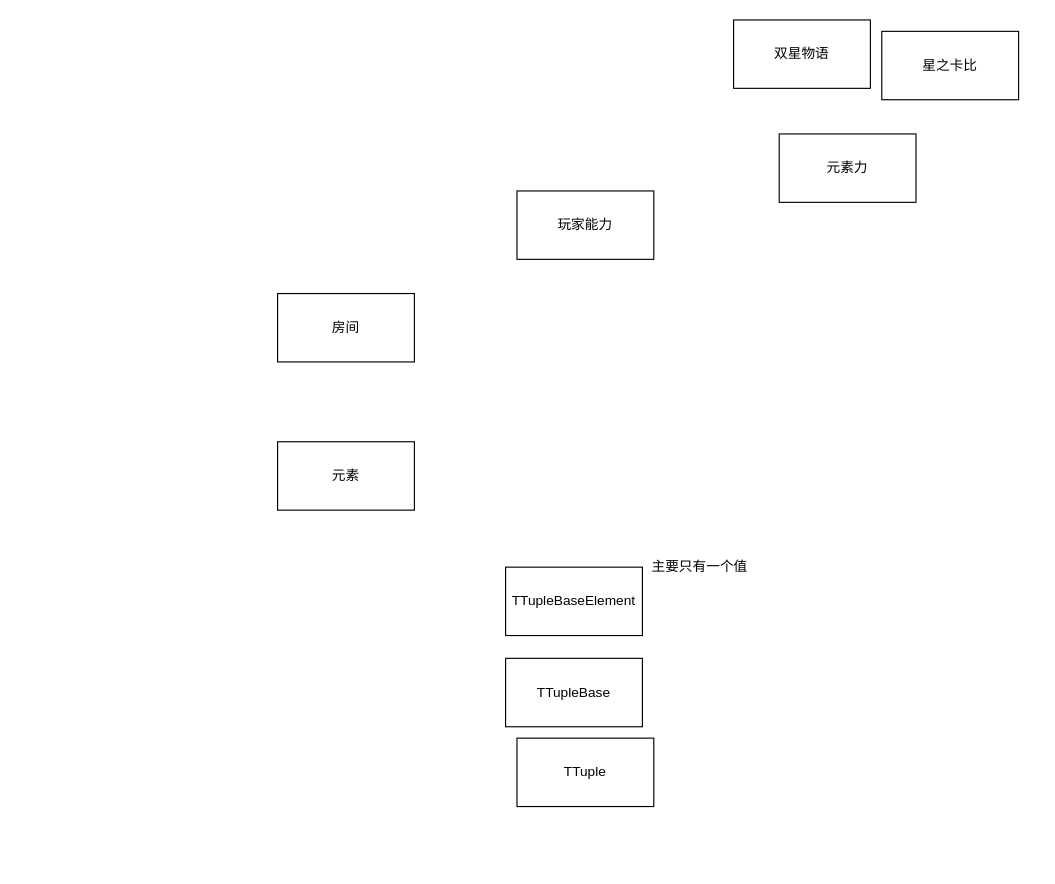
This is page "第 1 页" (1 of 6) of D.drawio from 1995zmj/ZMJ, a draw.io file, before an edit. Source tidied: cells renumbered, new cells numbered last; positions are measured from the earlier drawing's top-left corner, leaving out a move shared by most shapes. Both pictures are drawn from the tidied source at 114%, with x=0, y=0 at pixel (277, 19).
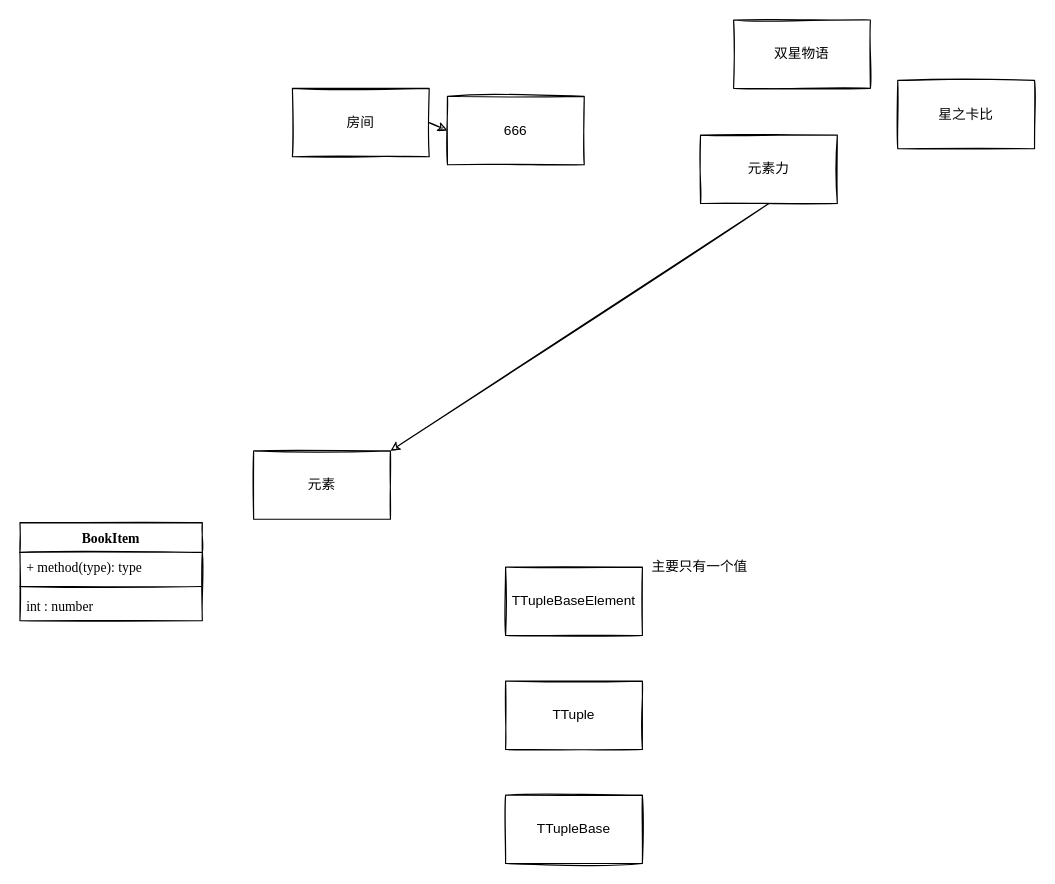
The same page after the edit.

Diff of the diagram source:
```diff
@@
 <mxGraphModel>
   <root>
     <mxCell id="0" />
     <mxCell id="1" parent="0" />
-    <mxCell id="2" value="玩家能力" style="whiteSpace=wrap;html=1;" parent="1" vertex="1">
-      <mxGeometry x="210" y="150" width="120" height="60" as="geometry" />
+    <mxCell id="2" value="666" style="whiteSpace=wrap;html=1;rounded=0;sketch=1;" parent="1" vertex="1">
+      <mxGeometry x="149" y="67" width="120" height="60" as="geometry" />
     </mxCell>
+    <mxCell id="12" style="edgeStyle=none;html=1;exitX=1;exitY=0.5;exitDx=0;exitDy=0;entryX=0;entryY=0.5;entryDx=0;entryDy=0;rounded=0;endSize=6;startSize=6;jumpSize=10;jumpStyle=none;sketch=1;" parent="1" edge="1" source="3" target="2">
+      <mxGeometry relative="1" as="geometry" />
+    </mxCell>
-    <mxCell id="3" value="房间" style="whiteSpace=wrap;html=1;" parent="1" vertex="1">
-      <mxGeometry y="240" width="120" height="60" as="geometry" />
+    <mxCell id="3" value="房间" style="whiteSpace=wrap;html=1;rounded=0;sketch=1;" parent="1" vertex="1">
+      <mxGeometry x="13" y="60" width="120" height="60" as="geometry" />
     </mxCell>
-    <mxCell id="4" value="元素" style="whiteSpace=wrap;html=1;" parent="1" vertex="1">
-      <mxGeometry y="370" width="120" height="60" as="geometry" />
+    <mxCell id="4" value="元素" style="whiteSpace=wrap;html=1;rounded=0;sketch=1;" parent="1" vertex="1">
+      <mxGeometry x="-21" y="378" width="120" height="60" as="geometry" />
     </mxCell>
+    <mxCell id="13" style="edgeStyle=none;jumpSize=10;html=1;exitX=0.5;exitY=1;exitDx=0;exitDy=0;entryX=1;entryY=0;entryDx=0;entryDy=0;startSize=6;endSize=6;jumpStyle=arc;sketch=1;rounded=0;" parent="1" edge="1" source="5" target="4">
+      <mxGeometry relative="1" as="geometry" />
+    </mxCell>
-    <mxCell id="5" value="元素力" style="whiteSpace=wrap;html=1;" parent="1" vertex="1">
-      <mxGeometry x="440" y="100" width="120" height="60" as="geometry" />
+    <mxCell id="5" value="元素力" style="whiteSpace=wrap;html=1;rounded=0;sketch=1;" parent="1" vertex="1">
+      <mxGeometry x="371" y="101" width="120" height="60" as="geometry" />
     </mxCell>
-    <mxCell id="6" value="双星物语" style="whiteSpace=wrap;html=1;" parent="1" vertex="1">
+    <mxCell id="6" value="双星物语" style="whiteSpace=wrap;html=1;rounded=0;sketch=1;" parent="1" vertex="1">
       <mxGeometry x="400" width="120" height="60" as="geometry" />
     </mxCell>
-    <mxCell id="7" value="星之卡比" style="whiteSpace=wrap;html=1;" parent="1" vertex="1">
-      <mxGeometry x="530" y="10" width="120" height="60" as="geometry" />
+    <mxCell id="7" value="&lt;font face=&quot;Times New Roman&quot;&gt;星之卡比&lt;/font&gt;" style="whiteSpace=wrap;html=1;rounded=0;sketch=1;arcSize=41;" parent="1" vertex="1">
+      <mxGeometry x="544" y="53" width="120" height="60" as="geometry" />
     </mxCell>
-    <mxCell id="8" value="TTuple" style="whiteSpace=wrap;html=1;" parent="1" vertex="1">
-      <mxGeometry x="210" y="630" width="120" height="60" as="geometry" />
+    <mxCell id="8" value="TTuple" style="whiteSpace=wrap;html=1;rounded=0;sketch=1;" parent="1" vertex="1">
+      <mxGeometry x="200" y="580" width="120" height="60" as="geometry" />
     </mxCell>
-    <mxCell id="9" value="TTupleBase" style="whiteSpace=wrap;html=1;" parent="1" vertex="1">
-      <mxGeometry x="200" y="560" width="120" height="60" as="geometry" />
+    <mxCell id="9" value="TTupleBase" style="whiteSpace=wrap;html=1;rounded=0;sketch=1;" parent="1" vertex="1">
+      <mxGeometry x="200" y="680" width="120" height="60" as="geometry" />
     </mxCell>
-    <mxCell id="10" value="TTupleBaseElement" style="whiteSpace=wrap;html=1;" parent="1" vertex="1">
+    <mxCell id="10" value="TTupleBaseElement" style="whiteSpace=wrap;html=1;rounded=0;sketch=1;" parent="1" vertex="1">
       <mxGeometry x="200" y="480" width="120" height="60" as="geometry" />
     </mxCell>
-    <mxCell id="11" value="主要只有一个值" style="text;html=1;align=center;verticalAlign=middle;strokeColor=none;fillColor=none;" parent="1" vertex="1">
+    <mxCell id="11" value="主要只有一个值" style="text;html=1;align=center;verticalAlign=middle;strokeColor=none;fillColor=none;rounded=0;sketch=1;" parent="1" vertex="1">
       <mxGeometry x="320" y="470" width="100" height="20" as="geometry" />
     </mxCell>
+    <mxCell id="14" value="BookItem" style="swimlane;fontStyle=1;align=center;verticalAlign=top;horizontal=1;startSize=26;rounded=0;labelBackgroundColor=none;sketch=1;fontFamily=Times New Roman;" parent="1" vertex="1">
+      <mxGeometry x="-226" y="441" width="160" height="86" as="geometry" />
+    </mxCell>
+    <mxCell id="15" value="+ method(type): type" style="text;strokeColor=none;fillColor=none;align=left;verticalAlign=top;spacingLeft=4;spacingRight=4;overflow=hidden;rounded=0;labelBackgroundColor=none;sketch=1;fontFamily=Times New Roman;" parent="14" vertex="1">
+      <mxGeometry y="26" width="160" height="26" as="geometry" />
+    </mxCell>
+    <mxCell id="16" style="line;strokeWidth=1;fillColor=none;align=left;verticalAlign=middle;spacingTop=-1;spacingLeft=3;spacingRight=3;labelPosition=right;rounded=0;labelBackgroundColor=none;sketch=1;fontFamily=Times New Roman;" parent="14" vertex="1">
+      <mxGeometry y="52" width="160" height="8" as="geometry" />
+    </mxCell>
+    <mxCell id="17" value="int : number" style="text;strokeColor=none;fillColor=none;align=left;verticalAlign=top;spacingLeft=4;spacingRight=4;overflow=hidden;rounded=0;labelBackgroundColor=none;sketch=1;fontFamily=Times New Roman;" parent="14" vertex="1">
+      <mxGeometry y="60" width="160" height="26" as="geometry" />
+    </mxCell>
   </root>
 </mxGraphModel>
```
